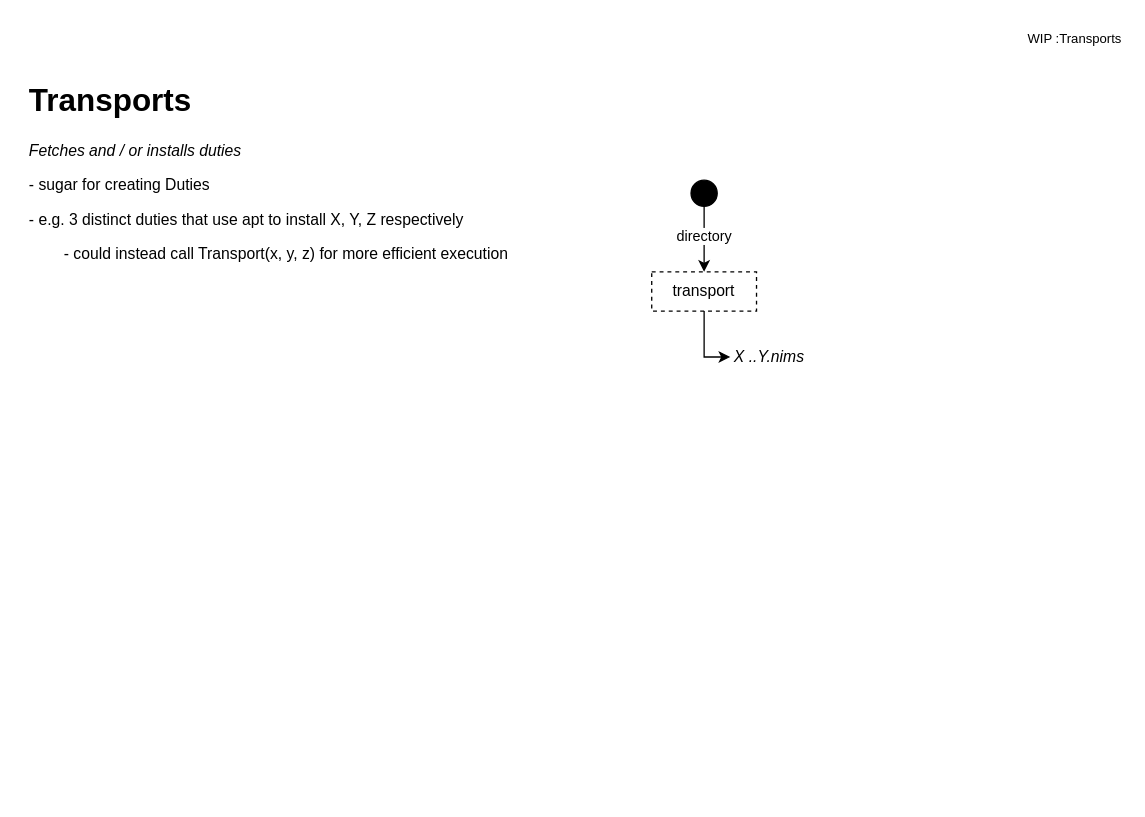
Above: page "transports" (4 of 6) of ADRs/boat_adr.drawio in noahehall/boat (draw.io), before the change. Source tidied: cells renumbered, new cells numbered last; positions are measured from the earlier drawing's top-left corner, leaving out a move shared by most shapes. Both pictures are drawn from the tidied source at 131%, with x=0, y=0 at pixel (22, 22).
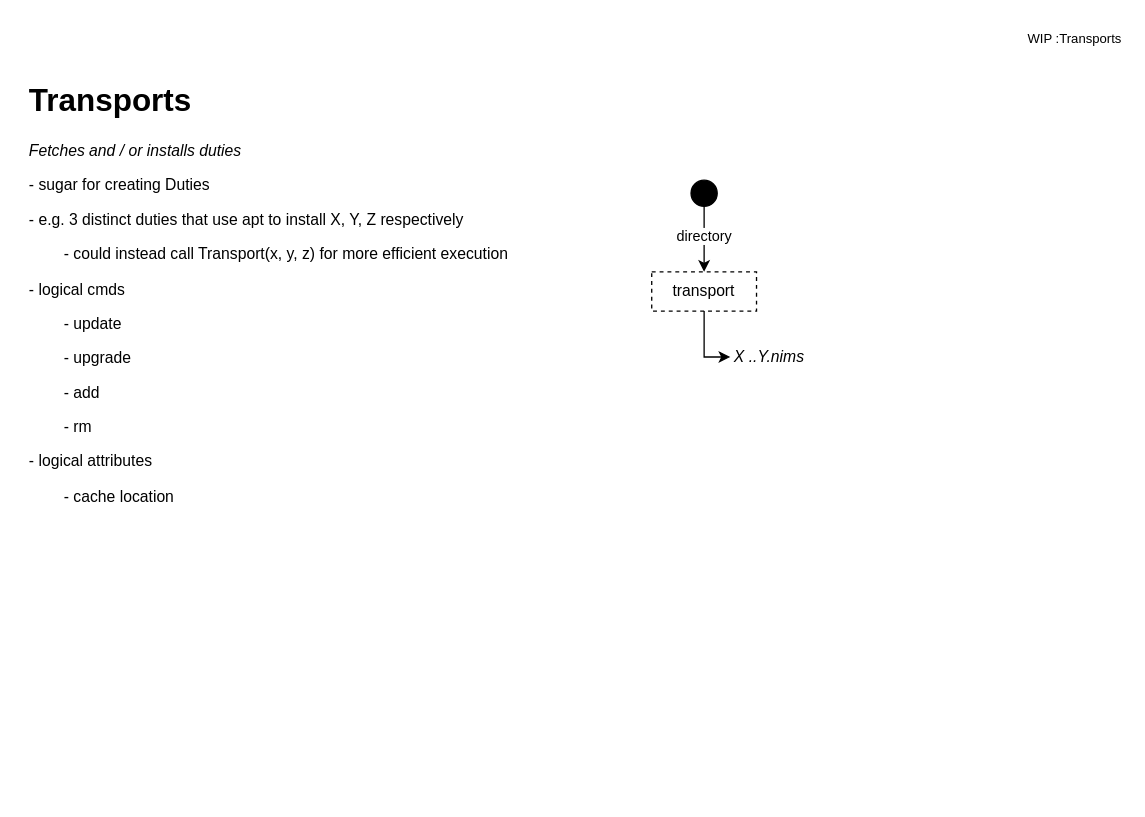
After the change.

Change to the diagram source:
```diff
@@
 <mxGraphModel>
   <root>
     <mxCell id="0" />
     <mxCell id="1" parent="0" />
-    <mxCell id="2" value="&lt;h1&gt;Transports&lt;/h1&gt;&lt;p style=&quot;border-color: var(--border-color);&quot;&gt;&lt;span style=&quot;background-color: initial;&quot;&gt;&lt;i&gt;Fetches and / or installs duties&lt;/i&gt;&lt;/span&gt;&lt;/p&gt;&lt;p style=&quot;border-color: var(--border-color);&quot;&gt;&lt;span style=&quot;background-color: initial;&quot;&gt;- sugar for creating Duties&lt;/span&gt;&lt;/p&gt;&lt;p style=&quot;border-color: var(--border-color);&quot;&gt;&lt;span style=&quot;background-color: initial;&quot;&gt;- e.g. 3 distinct duties that use apt to install X, Y, Z respectively&lt;/span&gt;&lt;/p&gt;&lt;p style=&quot;border-color: var(--border-color);&quot;&gt;&lt;span style=&quot;background-color: initial;&quot;&gt;&lt;span style=&quot;white-space: pre;&quot;&gt;&#9;&lt;/span&gt;- could instead call Transport(x, y, z) for more efficient execution&lt;/span&gt;&lt;/p&gt;" style="text;html=1;strokeColor=none;fillColor=none;spacing=5;spacingTop=-20;whiteSpace=wrap;overflow=hidden;rounded=0;" parent="1" vertex="1">
+    <mxCell id="2" value="&lt;h1&gt;Transports&lt;/h1&gt;&lt;p style=&quot;border-color: var(--border-color);&quot;&gt;&lt;span style=&quot;background-color: initial;&quot;&gt;&lt;i&gt;Fetches and / or installs duties&lt;/i&gt;&lt;/span&gt;&lt;/p&gt;&lt;p style=&quot;border-color: var(--border-color);&quot;&gt;&lt;span style=&quot;background-color: initial;&quot;&gt;- sugar for creating Duties&lt;/span&gt;&lt;/p&gt;&lt;p style=&quot;border-color: var(--border-color);&quot;&gt;&lt;span style=&quot;background-color: initial;&quot;&gt;- e.g. 3 distinct duties that use apt to install X, Y, Z respectively&lt;/span&gt;&lt;/p&gt;&lt;p style=&quot;border-color: var(--border-color);&quot;&gt;&lt;span style=&quot;background-color: initial;&quot;&gt;&lt;span style=&quot;&quot;&gt;&#9;&lt;/span&gt;&lt;span style=&quot;white-space: pre;&quot;&gt;&#9;&lt;/span&gt;- could instead call Transport(x, y, z) for more efficient execution&lt;/span&gt;&lt;/p&gt;&lt;p style=&quot;border-color: var(--border-color);&quot;&gt;&lt;span style=&quot;background-color: initial;&quot;&gt;- logical cmds&lt;/span&gt;&lt;/p&gt;&lt;p style=&quot;border-color: var(--border-color);&quot;&gt;&lt;span style=&quot;white-space: pre;&quot;&gt;&#9;&lt;/span&gt;- update&lt;/p&gt;&lt;p style=&quot;border-color: var(--border-color);&quot;&gt;&lt;span style=&quot;border-color: var(--border-color); background-color: initial;&quot;&gt;&lt;span style=&quot;border-color: var(--border-color);&quot;&gt;&#9;&lt;/span&gt;&lt;span style=&quot;border-color: var(--border-color);&quot;&gt;&#9;&lt;/span&gt;&lt;span style=&quot;white-space: pre;&quot;&gt;&#9;&lt;/span&gt;- upgrade&lt;br style=&quot;border-color: var(--border-color);&quot;&gt;&lt;/span&gt;&lt;/p&gt;&lt;p style=&quot;border-color: var(--border-color);&quot;&gt;&lt;span style=&quot;border-color: var(--border-color); background-color: initial;&quot;&gt;&lt;span style=&quot;border-color: var(--border-color);&quot;&gt;&#9;&lt;/span&gt;&lt;span style=&quot;border-color: var(--border-color);&quot;&gt;&#9;&lt;/span&gt;&lt;span style=&quot;white-space: pre;&quot;&gt;&#9;&lt;/span&gt;- add&lt;br style=&quot;border-color: var(--border-color);&quot;&gt;&lt;/span&gt;&lt;/p&gt;&lt;p style=&quot;border-color: var(--border-color);&quot;&gt;&lt;span style=&quot;border-color: var(--border-color); background-color: initial;&quot;&gt;&lt;span style=&quot;border-color: var(--border-color);&quot;&gt;&#9;&lt;/span&gt;&lt;span style=&quot;border-color: var(--border-color);&quot;&gt;&#9;&lt;/span&gt;&lt;span style=&quot;white-space: pre;&quot;&gt;&#9;&lt;/span&gt;- rm&lt;br style=&quot;border-color: var(--border-color);&quot;&gt;&lt;/span&gt;&lt;/p&gt;&lt;p style=&quot;border-color: var(--border-color);&quot;&gt;&lt;span style=&quot;border-color: var(--border-color); background-color: initial;&quot;&gt;&lt;span style=&quot;border-color: var(--border-color);&quot;&gt;&#9;&lt;/span&gt;&lt;span style=&quot;border-color: var(--border-color);&quot;&gt;&#9;&lt;/span&gt;- logical attributes&lt;/span&gt;&lt;/p&gt;&lt;p style=&quot;border-color: var(--border-color);&quot;&gt;&lt;span style=&quot;border-color: var(--border-color); background-color: initial;&quot;&gt;&lt;span style=&quot;white-space: pre;&quot;&gt;&#9;&lt;/span&gt;- cache location&lt;/span&gt;&lt;/p&gt;" style="text;html=1;strokeColor=none;fillColor=none;spacing=5;spacingTop=-20;whiteSpace=wrap;overflow=hidden;rounded=0;" parent="1" vertex="1">
       <mxGeometry y="40" width="480" height="550" as="geometry" />
     </mxCell>
     <mxCell id="3" value="&amp;nbsp; &amp;nbsp;WIP :Transports&lt;br&gt;" style="text;html=1;align=right;verticalAlign=top;strokeColor=none;fillColor=none;fontSize=10;" parent="1" vertex="1">
       <mxGeometry x="740" width="100" height="30" as="geometry" />
     </mxCell>
     <mxCell id="4" style="group;" parent="1" vertex="1">
       <mxGeometry x="480" y="120" width="120" height="150" as="geometry" />
     </mxCell>
     <mxCell id="5" style="ellipse;whiteSpace=wrap;html=1;labelBackgroundColor=#504949;fillColor=#000000;" parent="4" vertex="1">
       <mxGeometry x="30" width="20" height="20" as="geometry" />
     </mxCell>
     <mxCell id="6" value="transport" style="text;html=1;strokeColor=default;fillColor=none;align=center;verticalAlign=middle;whiteSpace=wrap;rounded=0;dashed=1;" parent="4" vertex="1">
       <mxGeometry y="70" width="80" height="30" as="geometry" />
     </mxCell>
     <mxCell id="7" value="directory" style="edgeStyle=orthogonalEdgeStyle;rounded=0;jettySize=auto;html=1;strokeColor=default;spacingBottom=4;" parent="4" edge="1" source="5" target="6">
       <mxGeometry relative="1" as="geometry" />
     </mxCell>
     <mxCell id="8" value="X ..Y.nims" style="text;html=1;strokeColor=none;fillColor=none;align=center;verticalAlign=middle;whiteSpace=wrap;rounded=0;fontStyle=2;" parent="4" vertex="1">
       <mxGeometry x="60" y="120" width="60" height="30" as="geometry" />
     </mxCell>
     <mxCell id="9" style="edgeStyle=orthogonalEdgeStyle;rounded=0;jettySize=auto;html=1;entryX=0;entryY=0.5;entryDx=0;entryDy=0;strokeColor=default;" parent="4" edge="1" source="6" target="8">
       <mxGeometry relative="1" as="geometry" />
     </mxCell>
   </root>
 </mxGraphModel>
```
